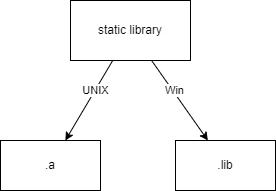
Above: 2 less/doc/extention_static.drawio.png in Danykrane/Qt-flow (draw.io), before the change. Source tidied: cells renumbered, new cells last; positions are measured from the earlier drawing's top-left corner, leaving out a move shared by most shapes. The source it was exported from:
```xml
<mxGraphModel>
  <root>
    <mxCell id="0" />
    <mxCell id="1" parent="0" />
    <mxCell id="2" style="edgeStyle=none;html=1;" parent="1" edge="1" source="6" target="7">
      <mxGeometry relative="1" as="geometry" />
    </mxCell>
    <mxCell id="3" value="UNIX" style="edgeLabel;html=1;align=center;verticalAlign=middle;" parent="2" vertex="1">
      <mxGeometry x="-0.24" relative="1" as="geometry">
        <mxPoint y="-1" as="offset" />
      </mxGeometry>
    </mxCell>
    <mxCell id="4" style="edgeStyle=none;html=1;" parent="1" edge="1" source="6" target="8">
      <mxGeometry relative="1" as="geometry" />
    </mxCell>
    <mxCell id="5" value="Win" style="edgeLabel;html=1;align=center;verticalAlign=middle;" parent="4" vertex="1">
      <mxGeometry x="-0.24" y="1" relative="1" as="geometry" />
    </mxCell>
    <mxCell id="6" value="static library" style="rounded=0;whiteSpace=wrap;html=1;" parent="1" vertex="1">
      <mxGeometry x="70" width="120" height="60" as="geometry" />
    </mxCell>
    <mxCell id="7" value=".a" style="rounded=0;whiteSpace=wrap;html=1;" parent="1" vertex="1">
      <mxGeometry y="140" width="100" height="50" as="geometry" />
    </mxCell>
    <mxCell id="8" value=".lib" style="rounded=0;whiteSpace=wrap;html=1;" parent="1" vertex="1">
      <mxGeometry x="175" y="140" width="100" height="50" as="geometry" />
    </mxCell>
  </root>
</mxGraphModel>
```
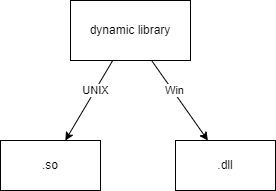
The same file after the commit.

What changed in the source:
```diff
@@ -16,13 +16,13 @@
     <mxCell id="5" value="Win" style="edgeLabel;html=1;align=center;verticalAlign=middle;" parent="4" vertex="1">
       <mxGeometry x="-0.24" y="1" relative="1" as="geometry" />
     </mxCell>
-    <mxCell id="6" value="static library" style="rounded=0;whiteSpace=wrap;html=1;" parent="1" vertex="1">
+    <mxCell id="6" value="dynamic library" style="rounded=0;whiteSpace=wrap;html=1;" parent="1" vertex="1">
       <mxGeometry x="70" width="120" height="60" as="geometry" />
     </mxCell>
-    <mxCell id="7" value=".a" style="rounded=0;whiteSpace=wrap;html=1;" parent="1" vertex="1">
+    <mxCell id="7" value=".so" style="rounded=0;whiteSpace=wrap;html=1;" parent="1" vertex="1">
       <mxGeometry y="140" width="100" height="50" as="geometry" />
     </mxCell>
-    <mxCell id="8" value=".lib" style="rounded=0;whiteSpace=wrap;html=1;" parent="1" vertex="1">
+    <mxCell id="8" value=".dll" style="rounded=0;whiteSpace=wrap;html=1;" parent="1" vertex="1">
       <mxGeometry x="175" y="140" width="100" height="50" as="geometry" />
     </mxCell>
   </root>
```
